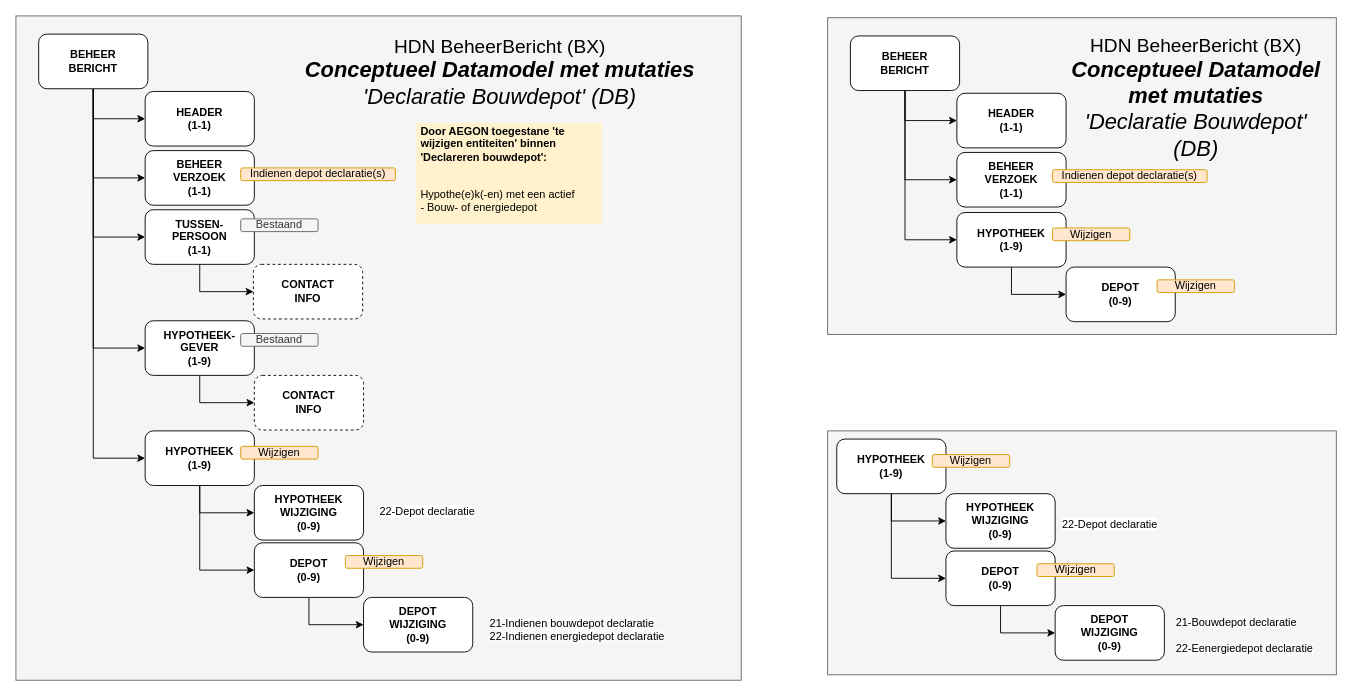
Above: page "DataModel DB met mutaties" (2 of 5) of HDN_BX_MM_BouwdepotDeclaratie.drawio in luchthandel/diagrams (draw.io), before the change. Source tidied: cells renumbered, new cells numbered last; positions are measured from the earlier drawing's top-left corner, leaving out a move shared by most shapes. Both pictures are drawn from the tidied source at 91%, with x=0, y=0 at pixel (15, 15).
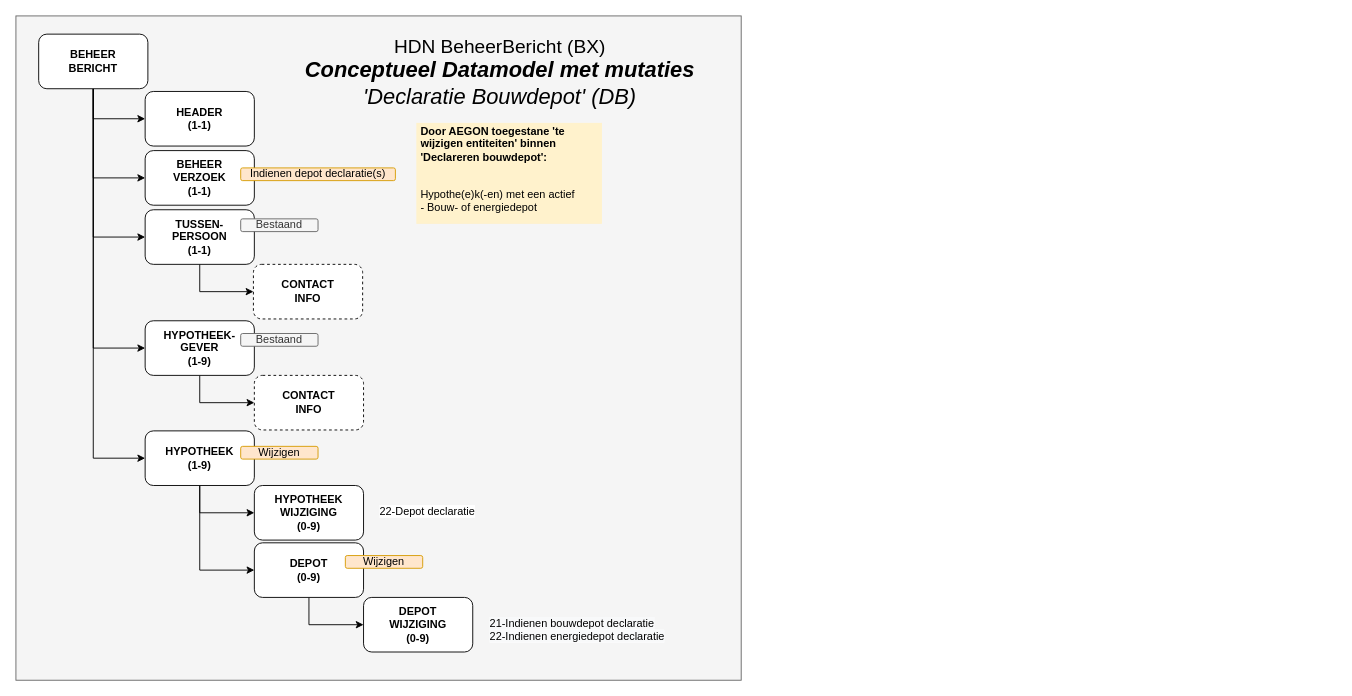
The same page after the edit.

Change to the diagram source:
```diff
@@
-    <mxCell id="2" style="rounded=0;whiteSpace=wrap;html=1;fillColor=#f5f5f5;strokeColor=#666666;fontColor=#333333;labelBackgroundColor=none;" parent="1" vertex="1">
-      <mxGeometry x="892" y="456" width="559" height="268" as="geometry" />
-    </mxCell>
@@
-    <mxCell id="34" style="rounded=0;whiteSpace=wrap;html=1;fillColor=#f5f5f5;strokeColor=#666666;fontColor=#333333;labelBackgroundColor=none;" parent="1" vertex="1">
-      <mxGeometry x="892" y="2" width="559" height="348" as="geometry" />
-    </mxCell>
-    <mxCell id="35" value="DEPOT&lt;br&gt;(0-9)" style="rounded=1;whiteSpace=wrap;html=1;fontStyle=1;" parent="1" vertex="1">
-      <mxGeometry x="1154" y="276" width="120" height="60" as="geometry" />
-    </mxCell>
-    <mxCell id="36" style="edgeStyle=orthogonalEdgeStyle;rounded=0;jettySize=auto;html=1;exitX=0.5;exitY=1;exitDx=0;exitDy=0;entryX=0;entryY=0.5;entryDx=0;entryDy=0;" parent="1" edge="1" source="39" target="41">
-      <mxGeometry relative="1" as="geometry" />
-    </mxCell>
-    <mxCell id="37" style="edgeStyle=orthogonalEdgeStyle;rounded=0;jettySize=auto;html=1;exitX=0.5;exitY=1;exitDx=0;exitDy=0;entryX=0;entryY=0.5;entryDx=0;entryDy=0;" parent="1" edge="1" source="39" target="40">
-      <mxGeometry relative="1" as="geometry" />
-    </mxCell>
-    <mxCell id="38" style="edgeStyle=orthogonalEdgeStyle;rounded=0;jettySize=auto;html=1;exitX=0.5;exitY=1;exitDx=0;exitDy=0;entryX=0;entryY=0.5;entryDx=0;entryDy=0;" parent="1" edge="1" source="39" target="43">
-      <mxGeometry relative="1" as="geometry" />
-    </mxCell>
-    <mxCell id="39" value="BEHEER&lt;br&gt;BERICHT" style="rounded=1;whiteSpace=wrap;html=1;fontStyle=1;" parent="1" vertex="1">
-      <mxGeometry x="917" y="22" width="120" height="60" as="geometry" />
-    </mxCell>
-    <mxCell id="40" value="BEHEER&lt;br&gt;VERZOEK&lt;br&gt;(1-1)" style="rounded=1;whiteSpace=wrap;html=1;fontStyle=1;" parent="1" vertex="1">
-      <mxGeometry x="1034" y="150" width="120" height="60" as="geometry" />
-    </mxCell>
-    <mxCell id="41" value="HEADER&lt;br&gt;(1-1)" style="rounded=1;whiteSpace=wrap;html=1;fontStyle=1;" parent="1" vertex="1">
-      <mxGeometry x="1034" y="85" width="120" height="60" as="geometry" />
-    </mxCell>
-    <mxCell id="42" style="edgeStyle=orthogonalEdgeStyle;rounded=0;jettySize=auto;html=1;exitX=0.5;exitY=1;exitDx=0;exitDy=0;entryX=0;entryY=0.5;entryDx=0;entryDy=0;" parent="1" edge="1" source="43" target="35">
-      <mxGeometry relative="1" as="geometry" />
-    </mxCell>
-    <mxCell id="43" value="HYPOTHEEK&lt;br&gt;(1-9)" style="rounded=1;whiteSpace=wrap;html=1;fontStyle=1;" parent="1" vertex="1">
-      <mxGeometry x="1034" y="216" width="120" height="60" as="geometry" />
-    </mxCell>
-    <mxCell id="44" value="&lt;span style=&quot;font-weight: 400&quot;&gt;Wijzigen&lt;/span&gt;" style="rounded=1;whiteSpace=wrap;html=1;fontStyle=1;fillColor=#ffe6cc;strokeColor=#d79b00;" parent="1" vertex="1">
-      <mxGeometry x="1139" y="233" width="85" height="14" as="geometry" />
-    </mxCell>
-    <mxCell id="45" value="&lt;span style=&quot;font-weight: 400&quot;&gt;Wijzigen&lt;/span&gt;" style="rounded=1;whiteSpace=wrap;html=1;fontStyle=1;fillColor=#ffe6cc;strokeColor=#d79b00;" parent="1" vertex="1">
-      <mxGeometry x="1254" y="290" width="85" height="14" as="geometry" />
-    </mxCell>
-    <mxCell id="46" value="&lt;span style=&quot;font-weight: 400&quot;&gt;Indienen depot declaratie(s)&lt;/span&gt;" style="rounded=1;whiteSpace=wrap;html=1;fontStyle=1;fillColor=#ffe6cc;strokeColor=#d79b00;" parent="1" vertex="1">
-      <mxGeometry x="1139" y="169" width="170" height="14" as="geometry" />
-    </mxCell>
-    <mxCell id="47" value="&lt;font style=&quot;font-size: 21px&quot;&gt;HDN BeheerBericht (BX)&lt;br&gt;&lt;/font&gt;&lt;span style=&quot;font-size: 24px&quot;&gt;&lt;i&gt;&lt;b&gt;Conceptueel Datamodel met mutaties&lt;/b&gt;&lt;br&gt;'Declaratie Bouwdepot' (DB)&lt;br&gt;&lt;/i&gt;&lt;/span&gt;" style="text;html=1;strokeColor=none;fillColor=none;align=center;verticalAlign=middle;whiteSpace=wrap;rounded=0;" parent="1" vertex="1">
-      <mxGeometry x="1147.5" y="43" width="298" height="93" as="geometry" />
-    </mxCell>
-    <mxCell id="48" style="edgeStyle=orthogonalEdgeStyle;rounded=0;jettySize=auto;html=1;exitX=0.5;exitY=1;exitDx=0;exitDy=0;entryX=0;entryY=0.5;entryDx=0;entryDy=0;" parent="1" edge="1" source="49" target="56">
-      <mxGeometry relative="1" as="geometry" />
-    </mxCell>
-    <mxCell id="49" value="DEPOT&lt;br&gt;(0-9)" style="rounded=1;whiteSpace=wrap;html=1;fontStyle=1;" parent="1" vertex="1">
-      <mxGeometry x="1022" y="588" width="120" height="60" as="geometry" />
-    </mxCell>
-    <mxCell id="50" style="edgeStyle=orthogonalEdgeStyle;rounded=0;jettySize=auto;html=1;exitX=0.5;exitY=1;exitDx=0;exitDy=0;entryX=0;entryY=0.5;entryDx=0;entryDy=0;" parent="1" edge="1" source="52" target="49">
-      <mxGeometry relative="1" as="geometry" />
-    </mxCell>
-    <mxCell id="51" style="edgeStyle=orthogonalEdgeStyle;rounded=0;jettySize=auto;html=1;exitX=0.5;exitY=1;exitDx=0;exitDy=0;entryX=0;entryY=0.5;entryDx=0;entryDy=0;" parent="1" edge="1" source="52" target="55">
-      <mxGeometry relative="1" as="geometry" />
-    </mxCell>
-    <mxCell id="52" value="HYPOTHEEK&lt;br&gt;(1-9)" style="rounded=1;whiteSpace=wrap;html=1;fontStyle=1;" parent="1" vertex="1">
-      <mxGeometry x="902" y="465" width="120" height="60" as="geometry" />
-    </mxCell>
-    <mxCell id="53" value="&lt;span style=&quot;font-weight: 400&quot;&gt;Wijzigen&lt;/span&gt;" style="rounded=1;whiteSpace=wrap;html=1;fontStyle=1;fillColor=#ffe6cc;strokeColor=#d79b00;" parent="1" vertex="1">
-      <mxGeometry x="1007" y="482" width="85" height="14" as="geometry" />
-    </mxCell>
-    <mxCell id="54" value="&lt;span style=&quot;font-weight: 400&quot;&gt;Wijzigen&lt;/span&gt;" style="rounded=1;whiteSpace=wrap;html=1;fontStyle=1;fillColor=#ffe6cc;strokeColor=#d79b00;" parent="1" vertex="1">
-      <mxGeometry x="1122" y="602" width="85" height="14" as="geometry" />
-    </mxCell>
-    <mxCell id="55" value="HYPOTHEEK&lt;br&gt;WIJZIGING&lt;br&gt;(0-9)" style="rounded=1;whiteSpace=wrap;html=1;fontStyle=1;" parent="1" vertex="1">
-      <mxGeometry x="1022" y="525" width="120" height="60" as="geometry" />
-    </mxCell>
-    <mxCell id="56" value="DEPOT&lt;br&gt;WIJZIGING&lt;br&gt;(0-9)" style="rounded=1;whiteSpace=wrap;html=1;fontStyle=1;" parent="1" vertex="1">
-      <mxGeometry x="1142" y="648" width="120" height="60" as="geometry" />
-    </mxCell>
-    <mxCell id="57" value="&lt;span style=&quot;color: rgb(0 , 0 , 0) ; font-family: &amp;#34;helvetica&amp;#34; ; font-size: 12px ; font-style: normal ; font-weight: 400 ; letter-spacing: normal ; text-align: center ; text-indent: 0px ; text-transform: none ; word-spacing: 0px ; background-color: rgb(255 , 255 , 255) ; display: inline ; float: none&quot;&gt;&lt;span style=&quot;font-family: &amp;#34;helvetica&amp;#34; ; background-color: rgb(248 , 249 , 250)&quot;&gt;21-Bouwdepot declaratie&lt;br&gt;&lt;br&gt;&lt;/span&gt;&lt;span style=&quot;background-color: rgb(248 , 249 , 250)&quot;&gt;22-Eenergiedepot declaratie&lt;/span&gt;&lt;br&gt;&lt;/span&gt;" style="text;whiteSpace=wrap;html=1;" parent="1" vertex="1">
-      <mxGeometry x="1273" y="653" width="160" height="46" as="geometry" />
-    </mxCell>
-    <mxCell id="58" value="&lt;span style=&quot;color: rgb(0 , 0 , 0) ; font-family: &amp;#34;helvetica&amp;#34; ; font-size: 12px ; font-style: normal ; font-weight: 400 ; letter-spacing: normal ; text-align: center ; text-indent: 0px ; text-transform: none ; word-spacing: 0px ; background-color: rgb(255 , 255 , 255) ; display: inline ; float: none&quot;&gt;22-Depot declaratie&lt;br&gt;&lt;/span&gt;" style="text;whiteSpace=wrap;html=1;" parent="1" vertex="1">
-      <mxGeometry x="1148" y="545" width="149" height="30" as="geometry" />
-    </mxCell>
```
